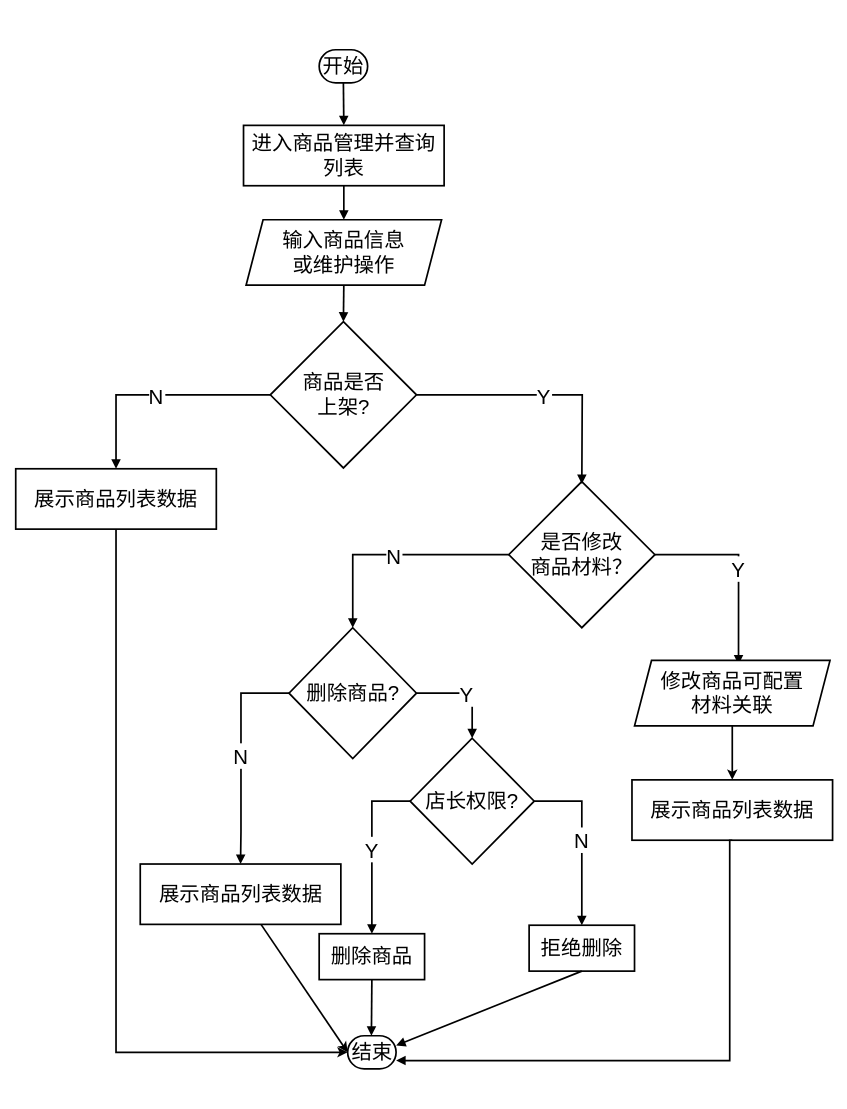
Above: 商品信息管理功能流程图.drawio in LichCarlos/darwIo (draw.io), before the change. Source tidied: cells renumbered, new cells numbered last; positions are measured from the earlier drawing's top-left corner, leaving out a move shared by most shapes. Both pictures are drawn from the tidied source at 85%, with x=0, y=0 at pixel (15, 49).
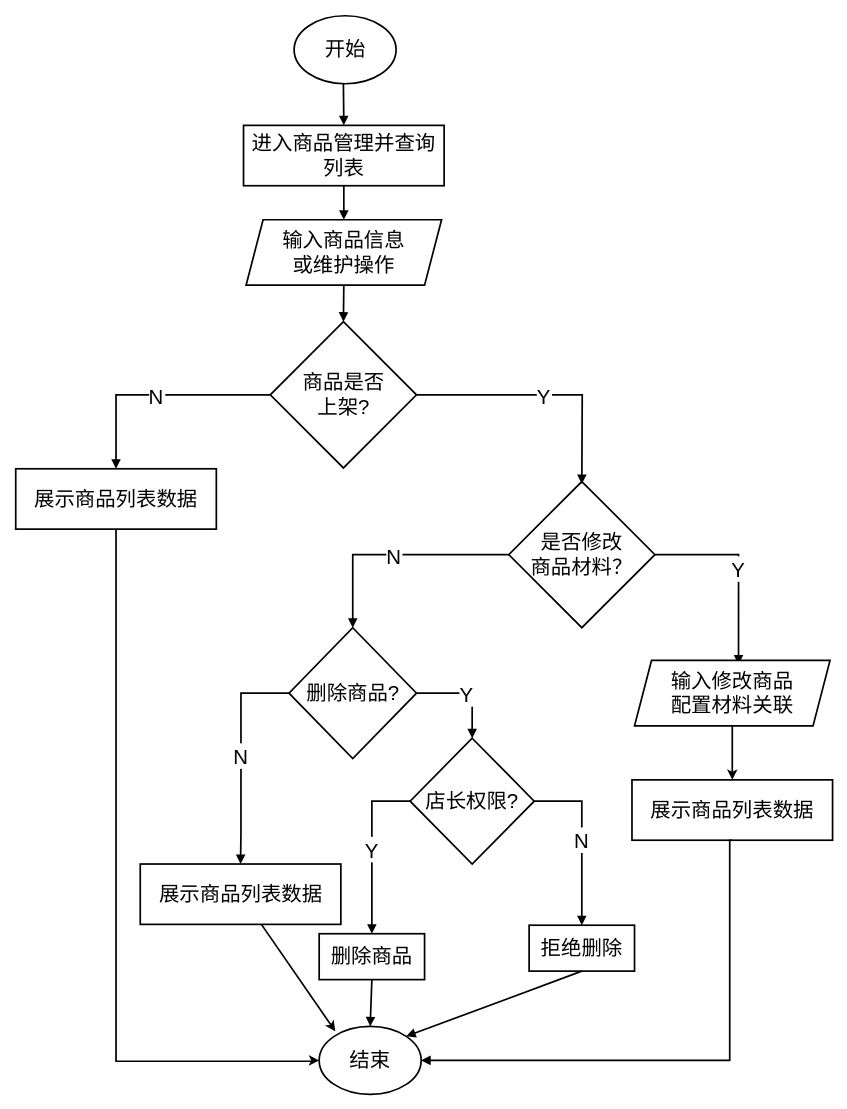
The same diagram, later.

Commit message:
更新商品信息管理功能流程图.drawio

The change refers to these unchanged cells:
```xml
<mxCell id="6" value="进入商品管理并查询列表" style="whiteSpace=wrap;strokeWidth=2;fontSize=24;" parent="1" vertex="1">
  <mxGeometry x="268" y="89" width="236" height="71" as="geometry" />
</mxCell>
<mxCell id="13" value="删除商品" style="whiteSpace=wrap;strokeWidth=2;fontSize=24;" parent="1" vertex="1">
  <mxGeometry x="357" y="1040" width="124" height="54" as="geometry" />
</mxCell>
<mxCell id="14" value="拒绝删除" style="whiteSpace=wrap;strokeWidth=2;fontSize=24;" parent="1" vertex="1">
  <mxGeometry x="604" y="1030" width="124" height="54" as="geometry" />
</mxCell>
<mxCell id="29" value="展示商品列表数据" style="whiteSpace=wrap;strokeWidth=2;fontSize=24;" parent="1" vertex="1">
  <mxGeometry y="493" width="236" height="71" as="geometry" />
</mxCell>
<mxCell id="31" value="展示商品列表数据" style="whiteSpace=wrap;strokeWidth=2;fontSize=24;" parent="1" vertex="1">
  <mxGeometry x="146.5" y="958" width="236" height="71" as="geometry" />
</mxCell>
```

Diff of the diagram source:
```diff
@@
-    <mxCell id="5" value="开始" style="rounded=1;whiteSpace=wrap;arcSize=50;strokeWidth=2;fontSize=24;" parent="1" vertex="1">
-      <mxGeometry x="357" width="57" height="39" as="geometry" />
-    </mxCell>
@@
-    <mxCell id="11" value="结束" style="rounded=1;whiteSpace=wrap;arcSize=50;strokeWidth=2;fontSize=24;" parent="1" vertex="1">
-      <mxGeometry x="390.5" y="1160" width="57" height="39" as="geometry" />
-    </mxCell>
@@
-    <mxCell id="15" style="curved=1;startArrow=none;endArrow=block;strokeWidth=2;exitX=0.5;exitY=1;entryX=0.5;entryY=0;rounded=0;fontSize=24;" parent="1" edge="1" source="5" target="6">
-      <mxGeometry relative="1" as="geometry" />
+    <mxCell id="15" style="curved=1;startArrow=none;endArrow=block;strokeWidth=2;exitX=0.5;exitY=1;entryX=0.5;entryY=0;rounded=0;fontSize=24;" parent="1" edge="1" target="6">
+      <mxGeometry relative="1" as="geometry">
+        <mxPoint x="385.5" y="39" as="sourcePoint" />
+      </mxGeometry>
     </mxCell>
@@
-    <mxCell id="26" style="curved=1;startArrow=none;endArrow=block;strokeWidth=2;exitX=0.5;exitY=0.99;entryX=0.49;entryY=-0.01;rounded=0;fontSize=24;" parent="1" edge="1" source="13" target="11">
+    <mxCell id="26" style="curved=1;startArrow=none;endArrow=block;strokeWidth=2;exitX=0.5;exitY=0.99;entryX=0.5;entryY=0;rounded=0;fontSize=24;entryDx=0;entryDy=0;" parent="1" edge="1" source="13" target="11">
       <mxGeometry relative="1" as="geometry" />
     </mxCell>
-    <mxCell id="27" style="startArrow=none;endArrow=block;strokeWidth=2;exitX=0.5;exitY=0.99;entryX=0.99;entryY=0.3;rounded=0;fontSize=24;" parent="1" edge="1" source="14" target="11">
+    <mxCell id="27" style="startArrow=none;endArrow=block;strokeWidth=2;exitX=0.5;exitY=0.99;entryX=1;entryY=0;rounded=0;fontSize=24;entryDx=0;entryDy=0;" parent="1" edge="1" source="14" target="11">
       <mxGeometry relative="1" as="geometry" />
     </mxCell>
-    <mxCell id="28" style="edgeStyle=orthogonalEdgeStyle;rounded=0;jettySize=auto;html=1;entryX=0;entryY=0.5;entryDx=0;entryDy=0;strokeWidth=2;" parent="1" edge="1" source="29" target="11">
+    <mxCell id="28" style="edgeStyle=orthogonalEdgeStyle;rounded=0;jettySize=auto;html=1;strokeWidth=2;entryX=0;entryY=0.5;entryDx=0;entryDy=0;" parent="1" edge="1" source="29" target="11">
       <mxGeometry relative="1" as="geometry">
         <Array as="points">
-          <mxPoint x="118" y="1180" />
+          <mxPoint x="118" y="1190" />
+          <mxPoint x="352" y="1190" />
         </Array>
       </mxGeometry>
     </mxCell>
@@
-    <mxCell id="30" style="rounded=0;jettySize=auto;html=1;entryX=0;entryY=0.5;entryDx=0;entryDy=0;strokeWidth=2;" parent="1" edge="1" source="31" target="11">
+    <mxCell id="30" style="rounded=0;jettySize=auto;html=1;entryX=0.158;entryY=0.072;entryDx=0;entryDy=0;strokeWidth=2;entryPerimeter=0;" parent="1" edge="1" source="31" target="11">
       <mxGeometry relative="1" as="geometry" />
     </mxCell>
@@
-    <mxCell id="34" value="修改商品可配置&#10;材料关联" style="shape=parallelogram;perimeter=parallelogramPerimeter;fixedSize=1;strokeWidth=2;whiteSpace=wrap;fontSize=24;" parent="1" vertex="1">
+    <mxCell id="34" value="输入修改商品&#10;配置材料关联" style="shape=parallelogram;perimeter=parallelogramPerimeter;fixedSize=1;strokeWidth=2;whiteSpace=wrap;fontSize=24;" parent="1" vertex="1">
       <mxGeometry x="728" y="718.5" width="230" height="77" as="geometry" />
     </mxCell>
-    <mxCell id="35" style="startArrow=none;endArrow=block;strokeWidth=2;exitX=0.5;exitY=0.99;entryX=1;entryY=0.75;rounded=0;fontSize=24;entryDx=0;entryDy=0;edgeStyle=orthogonalEdgeStyle;" parent="1" edge="1" target="11">
+    <mxCell id="35" style="startArrow=none;endArrow=block;strokeWidth=2;exitX=0.5;exitY=0.99;rounded=0;fontSize=24;edgeStyle=orthogonalEdgeStyle;entryX=1;entryY=0.5;entryDx=0;entryDy=0;" parent="1" edge="1" target="11">
       <mxGeometry relative="1" as="geometry">
         <mxPoint x="843" y="930" as="sourcePoint" />
         <Array as="points">
           <mxPoint x="840" y="930" />
           <mxPoint x="840" y="1189" />
         </Array>
       </mxGeometry>
     </mxCell>
+    <mxCell id="5" value="开始" style="ellipse;whiteSpace=wrap;html=1;strokeWidth=2;fontSize=24;" parent="1" vertex="1">
+      <mxGeometry x="327.5" y="-40" width="120" height="80" as="geometry" />
+    </mxCell>
+    <mxCell id="11" value="结束" style="ellipse;whiteSpace=wrap;html=1;strokeWidth=2;fontSize=24;" parent="1" vertex="1">
+      <mxGeometry x="357" y="1149" width="120" height="80" as="geometry" />
+    </mxCell>
```
